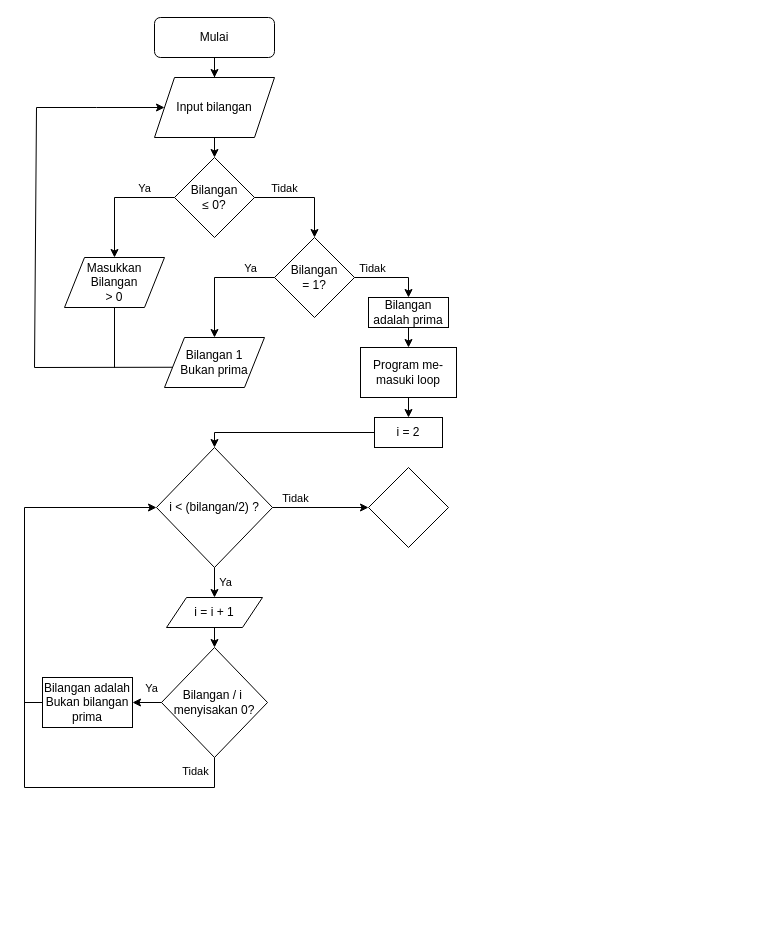
Hidayadie/Alprog keeps this draw.io diagram as M5Kelas_BilanganPrima/berkas/Flowchart.drawio. Above is the earlier version. Source tidied: cells renumbered, new cells numbered last; positions are measured from the earlier drawing's top-left corner, leaving out a move shared by most shapes. Both pictures are drawn from the tidied source at 100%, with x=0, y=0 at pixel (24, 17).
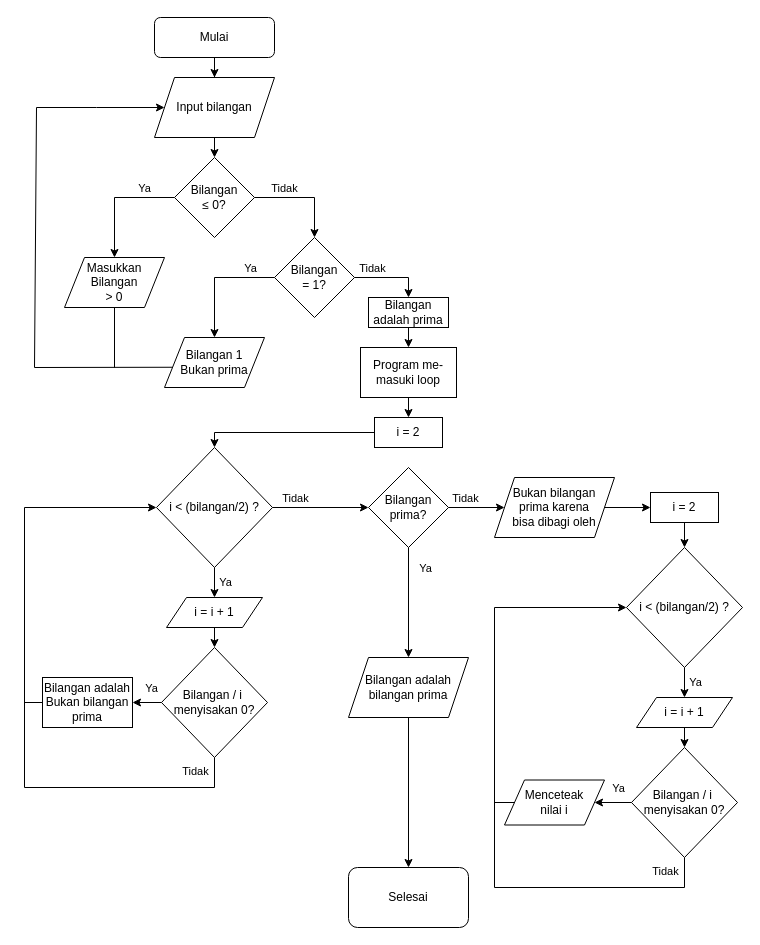
The same diagram, later.

Change to the diagram source:
```diff
@@
-    <mxCell id="38" style="rhombus;whiteSpace=wrap;html=1;" parent="1" vertex="1">
+    <mxCell id="38" value="Bilangan&lt;br&gt;prima?" style="rhombus;whiteSpace=wrap;html=1;" parent="1" vertex="1">
       <mxGeometry x="344" y="450" width="80" height="80" as="geometry" />
     </mxCell>
@@
+    <mxCell id="41" style="endArrow=classic;html=1;rounded=0;exitX=0.5;exitY=1;exitDx=0;exitDy=0;entryX=0.5;entryY=0;entryDx=0;entryDy=0;" parent="1" edge="1" source="38" target="43">
+      <mxGeometry relative="1" as="geometry" />
+    </mxCell>
+    <mxCell id="42" value="Ya" style="edgeLabel;html=1;align=center;verticalAlign=middle;" parent="41" vertex="1">
+      <mxGeometry x="-0.55" y="-2" relative="1" as="geometry">
+        <mxPoint x="18" y="-5" as="offset" />
+      </mxGeometry>
+    </mxCell>
+    <mxCell id="43" value="Bilangan adalah&lt;br&gt;bilangan prima" style="shape=parallelogram;perimeter=parallelogramPerimeter;whiteSpace=wrap;html=1;fixedSize=1;" parent="1" vertex="1">
+      <mxGeometry x="324" y="640" width="120" height="60" as="geometry" />
+    </mxCell>
+    <mxCell id="44" value="Selesai" style="rounded=1;whiteSpace=wrap;html=1;" parent="1" vertex="1">
+      <mxGeometry x="324" y="850" width="120" height="60" as="geometry" />
+    </mxCell>
+    <mxCell id="45" style="endArrow=classic;html=1;rounded=0;exitX=0.5;exitY=1;exitDx=0;exitDy=0;entryX=0.5;entryY=0;entryDx=0;entryDy=0;" parent="1" edge="1" source="43" target="44">
+      <mxGeometry relative="1" as="geometry" />
+    </mxCell>
+    <mxCell id="46" value="i = 2" style="rounded=0;whiteSpace=wrap;html=1;" parent="1" vertex="1">
+      <mxGeometry x="626" y="475" width="68" height="30" as="geometry" />
+    </mxCell>
+    <mxCell id="47" style="endArrow=classic;html=1;rounded=0;exitX=1;exitY=0.5;exitDx=0;exitDy=0;entryX=0;entryY=0.5;entryDx=0;entryDy=0;" parent="1" edge="1" source="38" target="49">
+      <mxGeometry relative="1" as="geometry" />
+    </mxCell>
+    <mxCell id="48" value="Tidak" style="edgeLabel;html=1;align=center;verticalAlign=middle;" parent="47" vertex="1">
+      <mxGeometry x="-0.69" y="-2" relative="1" as="geometry">
+        <mxPoint x="7" y="-12" as="offset" />
+      </mxGeometry>
+    </mxCell>
+    <mxCell id="49" value="Bukan bilangan&lt;br&gt;prima karena&lt;br&gt;bisa dibagi oleh" style="shape=parallelogram;perimeter=parallelogramPerimeter;whiteSpace=wrap;html=1;fixedSize=1;" parent="1" vertex="1">
+      <mxGeometry x="470" y="460" width="120" height="60" as="geometry" />
+    </mxCell>
+    <mxCell id="50" style="endArrow=classic;html=1;rounded=0;entryX=0;entryY=0.5;entryDx=0;entryDy=0;exitX=1;exitY=0.5;exitDx=0;exitDy=0;" parent="1" edge="1" source="49" target="46">
+      <mxGeometry relative="1" as="geometry" />
+    </mxCell>
+    <mxCell id="51" value="i &amp;lt; (bilangan/2) ?" style="rhombus;whiteSpace=wrap;html=1;" parent="1" vertex="1">
+      <mxGeometry x="602" y="530" width="116" height="120" as="geometry" />
+    </mxCell>
+    <mxCell id="52" value="i = i + 1" style="shape=parallelogram;perimeter=parallelogramPerimeter;whiteSpace=wrap;html=1;fixedSize=1;" parent="1" vertex="1">
+      <mxGeometry x="612" y="680" width="96" height="30" as="geometry" />
+    </mxCell>
+    <mxCell id="53" style="endArrow=classic;html=1;rounded=0;exitX=0.5;exitY=1;exitDx=0;exitDy=0;entryX=0.5;entryY=0;entryDx=0;entryDy=0;" parent="1" edge="1" source="51" target="52">
+      <mxGeometry relative="1" as="geometry" />
+    </mxCell>
+    <mxCell id="54" value="Ya" style="edgeLabel;html=1;align=center;verticalAlign=middle;" parent="53" vertex="1">
+      <mxGeometry x="-0.05" y="1" relative="1" as="geometry">
+        <mxPoint x="9" as="offset" />
+      </mxGeometry>
+    </mxCell>
+    <mxCell id="55" value="Bilangan / i&amp;nbsp;&lt;br&gt; menyisakan 0?" style="rhombus;whiteSpace=wrap;html=1;" parent="1" vertex="1">
+      <mxGeometry x="607" y="730" width="106" height="110" as="geometry" />
+    </mxCell>
+    <mxCell id="56" style="endArrow=classic;html=1;rounded=0;exitX=0.5;exitY=1;exitDx=0;exitDy=0;entryX=0.5;entryY=0;entryDx=0;entryDy=0;" parent="1" edge="1" source="52" target="55">
+      <mxGeometry relative="1" as="geometry" />
+    </mxCell>
+    <mxCell id="57" style="endArrow=classic;html=1;rounded=0;exitX=0;exitY=0.5;exitDx=0;exitDy=0;entryX=1;entryY=0.5;entryDx=0;entryDy=0;" parent="1" edge="1" source="55" target="62">
+      <mxGeometry relative="1" as="geometry" />
+    </mxCell>
+    <mxCell id="58" value="Ya" style="edgeLabel;html=1;align=center;verticalAlign=middle;" parent="57" vertex="1">
+      <mxGeometry x="-0.27" y="-2" relative="1" as="geometry">
+        <mxPoint y="-13" as="offset" />
+      </mxGeometry>
+    </mxCell>
+    <mxCell id="59" style="endArrow=classic;html=1;rounded=0;exitX=0.5;exitY=1;exitDx=0;exitDy=0;entryX=0;entryY=0.5;entryDx=0;entryDy=0;" parent="1" edge="1" source="55" target="51">
+      <mxGeometry relative="1" as="geometry">
+        <Array as="points">
+          <mxPoint x="660" y="870" />
+          <mxPoint x="470" y="870" />
+          <mxPoint x="470" y="590" />
+        </Array>
+      </mxGeometry>
+    </mxCell>
+    <mxCell id="60" value="Tidak" style="edgeLabel;html=1;align=center;verticalAlign=middle;" parent="59" vertex="1">
+      <mxGeometry x="-0.96" y="2" relative="1" as="geometry">
+        <mxPoint x="-22" as="offset" />
+      </mxGeometry>
+    </mxCell>
+    <mxCell id="61" style="endArrow=none;html=1;rounded=0;entryX=0;entryY=0.5;entryDx=0;entryDy=0;" parent="1" edge="1" target="62">
+      <mxGeometry relative="1" as="geometry">
+        <mxPoint x="470" y="785" as="sourcePoint" />
+      </mxGeometry>
+    </mxCell>
+    <mxCell id="62" value="Menceteak&lt;br&gt;nilai i" style="shape=parallelogram;perimeter=parallelogramPerimeter;whiteSpace=wrap;html=1;fixedSize=1;" parent="1" vertex="1">
+      <mxGeometry x="480" y="762.5" width="100" height="45" as="geometry" />
+    </mxCell>
+    <mxCell id="63" style="endArrow=classic;html=1;rounded=0;entryX=0.5;entryY=0;entryDx=0;entryDy=0;exitX=0.5;exitY=1;exitDx=0;exitDy=0;" parent="1" edge="1" source="46" target="51">
+      <mxGeometry relative="1" as="geometry" />
+    </mxCell>
```
